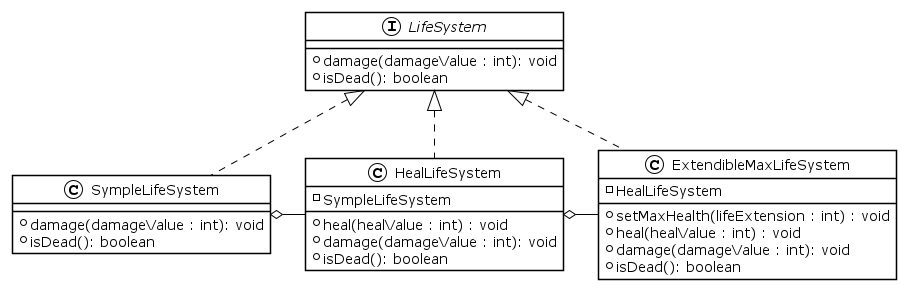
CrazyPingu/OOP21-MAP keeps this PlantUML diagram as img/uml/LifeSystem.png. Above is the earlier version.
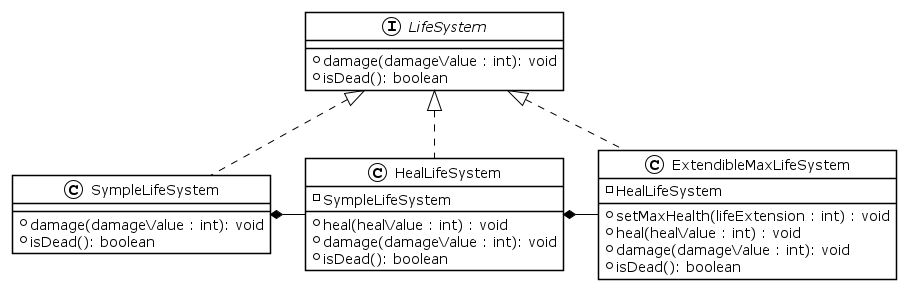
The same file after the commit.

What changed in the source:
```diff
@@ -29,7 +29,7 @@
 class SympleLifeSystem implements LifeSystem
 class HealLifeSystem implements LifeSystem
 class ExtendibleMaxLifeSystem implements LifeSystem
-HealLifeSystem -L-o SympleLifeSystem
-ExtendibleMaxLifeSystem -L-o HealLifeSystem
+HealLifeSystem -L-* SympleLifeSystem
+ExtendibleMaxLifeSystem -L-* HealLifeSystem
 
 @enduml
```
